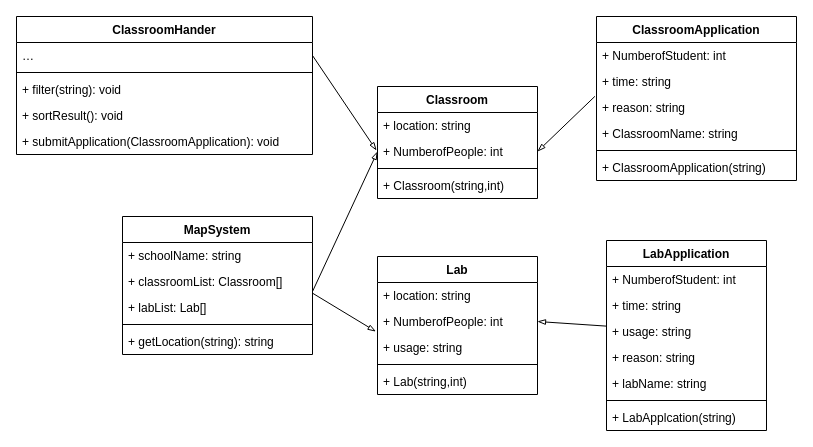
bupt-juniorTeam/OOAD keeps this draw.io diagram as page "Page-3" (3 of 6) of 类图/类图.drawio. Above is the earlier version. Source tidied: cells renumbered, new cells numbered last; positions are measured from the earlier drawing's top-left corner, leaving out a move shared by most shapes. Both pictures are drawn from the tidied source at 100%, with x=0, y=0 at pixel (16, 16).
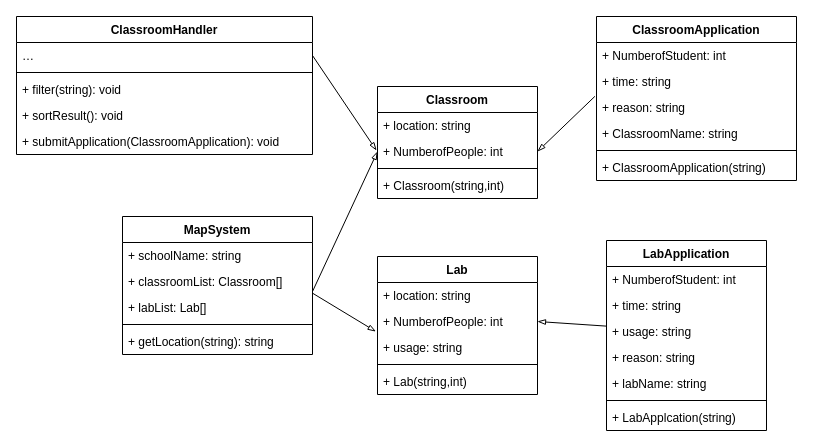
Above is the later version.

The edit, as a diff of the source:
```diff
@@
-    <mxCell id="20" value="ClassroomHander" style="swimlane;fontStyle=1;align=center;verticalAlign=top;horizontal=1;startSize=26;" parent="1" vertex="1">
+    <mxCell id="20" value="ClassroomHandler" style="swimlane;fontStyle=1;align=center;verticalAlign=top;horizontal=1;startSize=26;" parent="1" vertex="1">
       <mxGeometry width="296" height="138" as="geometry" />
     </mxCell>
```
